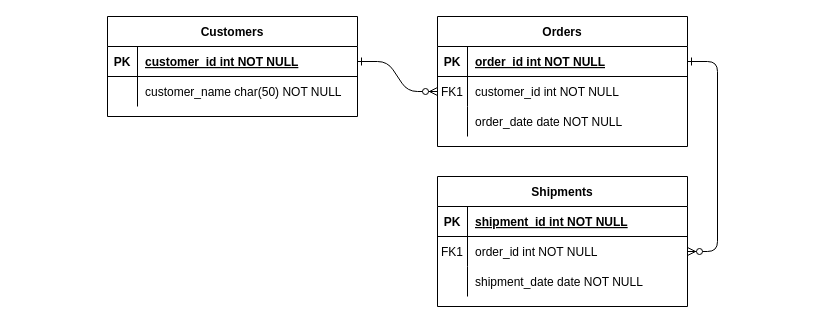
Atsushikeys/drawIo keeps this draw.io diagram as 名称未設定ファイル.drawio. Above is the earlier version. Source tidied: cells renumbered, new cells numbered last; positions are measured from the earlier drawing's top-left corner, leaving out a move shared by most shapes. Both pictures are drawn from the tidied source at 100%, with x=0, y=0 at pixel (107, 16).
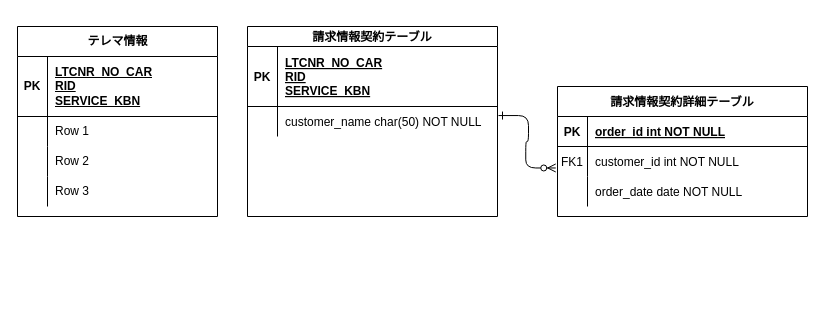
The same page after the edit.

Unchanged cells that the change refers to:
```xml
<mxCell id="5" style="shape=partialRectangle;fillColor=none;points=[[0,0.5],[1,0.5]];portConstraint=eastwest;top=0;left=0;right=0;bottom=1;" parent="4" vertex="1">
  <mxGeometry y="30" width="250" height="30" as="geometry" />
</mxCell>
<mxCell id="8" style="shape=partialRectangle;fillColor=none;points=[[0,0.5],[1,0.5]];portConstraint=eastwest;top=0;left=0;right=0;bottom=0;" parent="4" vertex="1">
  <mxGeometry y="60" width="250" height="30" as="geometry" />
</mxCell>
```

Diff of the diagram source:
```diff
@@
-    <mxCell id="2" style="edgeStyle=entityRelationEdgeStyle;endArrow=ERzeroToMany;startArrow=ERone;endFill=1;startFill=0;" parent="1" edge="1" source="25" target="8">
+    <mxCell id="2" style="edgeStyle=entityRelationEdgeStyle;endArrow=ERzeroToMany;startArrow=ERone;endFill=1;startFill=0;exitX=1.004;exitY=0.302;exitDx=0;exitDy=0;exitPerimeter=0;entryX=-0.007;entryY=0.716;entryDx=0;entryDy=0;entryPerimeter=0;" parent="1" edge="1" source="28" target="8">
       <mxGeometry relative="1" as="geometry" />
     </mxCell>
-    <mxCell id="3" style="edgeStyle=entityRelationEdgeStyle;endArrow=ERzeroToMany;startArrow=ERone;endFill=1;startFill=0;" parent="1" edge="1" source="5" target="18">
-      <mxGeometry relative="1" as="geometry" />
-    </mxCell>
-    <mxCell id="4" value="Orders" style="shape=table;startSize=30;childLayout=tableLayout;rowLines=0;fontStyle=1;align=center;" parent="1" vertex="1">
-      <mxGeometry x="330" width="250" height="130" as="geometry" />
+    <mxCell id="4" value="請求情報契約詳細テーブル" style="shape=table;startSize=30;childLayout=tableLayout;rowLines=0;fontStyle=1;align=center;" parent="1" vertex="1">
+      <mxGeometry x="450" y="70" width="250" height="130" as="geometry" />
     </mxCell>
@@
-    <mxCell id="14" value="Shipments" style="shape=table;startSize=30;childLayout=tableLayout;rowLines=0;fontStyle=1;align=center;" parent="1" vertex="1">
-      <mxGeometry x="330" y="160" width="250" height="130" as="geometry" />
-    </mxCell>
-    <mxCell id="15" style="shape=partialRectangle;fillColor=none;top=0;left=0;right=0;bottom=1;" parent="14" vertex="1">
-      <mxGeometry y="30" width="250" height="30" as="geometry" />
-    </mxCell>
-    <mxCell id="16" value="PK" style="shape=partialRectangle;overflow=hidden;fillColor=none;top=0;left=0;bottom=0;right=0;fontStyle=1;" parent="15" vertex="1">
-      <mxGeometry width="30" height="30" as="geometry" />
-    </mxCell>
-    <mxCell id="17" value="shipment_id int NOT NULL " style="shape=partialRectangle;overflow=hidden;fillColor=none;top=0;left=0;bottom=0;right=0;align=left;spacingLeft=6;fontStyle=5;" parent="15" vertex="1">
-      <mxGeometry x="30" width="220" height="30" as="geometry" />
-    </mxCell>
-    <mxCell id="18" style="shape=partialRectangle;fillColor=none;points=[[0,0.5],[1,0.5]];portConstraint=eastwest;top=0;left=0;right=0;bottom=0;" parent="14" vertex="1">
-      <mxGeometry y="60" width="250" height="30" as="geometry" />
-    </mxCell>
-    <mxCell id="19" value="FK1" style="shape=partialRectangle;overflow=hidden;fillColor=none;top=0;left=0;bottom=0;right=0;" parent="18" vertex="1">
-      <mxGeometry width="30" height="30" as="geometry" />
-    </mxCell>
-    <mxCell id="20" value="order_id int NOT NULL" style="shape=partialRectangle;overflow=hidden;fillColor=none;top=0;left=0;bottom=0;right=0;align=left;spacingLeft=6;" parent="18" vertex="1">
-      <mxGeometry x="30" width="220" height="30" as="geometry" />
-    </mxCell>
-    <mxCell id="21" style="shape=partialRectangle;fillColor=none;top=0;left=0;right=0;bottom=0;" parent="14" vertex="1">
-      <mxGeometry y="90" width="250" height="30" as="geometry" />
-    </mxCell>
-    <mxCell id="22" style="shape=partialRectangle;overflow=hidden;fillColor=none;top=0;left=0;bottom=0;right=0;" parent="21" vertex="1">
-      <mxGeometry width="30" height="30" as="geometry" />
-    </mxCell>
-    <mxCell id="23" value="shipment_date date NOT NULL" style="shape=partialRectangle;overflow=hidden;fillColor=none;top=0;left=0;bottom=0;right=0;align=left;spacingLeft=6;" parent="21" vertex="1">
-      <mxGeometry x="30" width="220" height="30" as="geometry" />
-    </mxCell>
-    <mxCell id="24" value="Customers" style="shape=table;startSize=30;childLayout=tableLayout;rowLines=0;fontStyle=1;align=center;" parent="1" vertex="1">
-      <mxGeometry width="250" height="100" as="geometry" />
+    <mxCell id="24" value="請求情報契約テーブル" style="shape=table;startSize=20;childLayout=tableLayout;rowLines=0;fontStyle=1;align=center;" parent="1" vertex="1">
+      <mxGeometry x="140" y="10" width="250" height="190" as="geometry" />
     </mxCell>
     <mxCell id="25" style="shape=partialRectangle;fillColor=none;points=[[0,0.5],[1,0.5]];portConstraint=eastwest;top=0;left=0;right=0;bottom=1;" parent="24" vertex="1">
-      <mxGeometry y="30" width="250" height="30" as="geometry" />
+      <mxGeometry y="20" width="250" height="60" as="geometry" />
     </mxCell>
     <mxCell id="26" value="PK" style="shape=partialRectangle;overflow=hidden;fillColor=none;top=0;left=0;bottom=0;right=0;fontStyle=1;" parent="25" vertex="1">
-      <mxGeometry width="30" height="30" as="geometry" />
+      <mxGeometry width="30" height="60" as="geometry" />
     </mxCell>
-    <mxCell id="27" value="customer_id int NOT NULL " style="shape=partialRectangle;overflow=hidden;fillColor=none;top=0;left=0;bottom=0;right=0;align=left;spacingLeft=6;fontStyle=5;" parent="25" vertex="1">
-      <mxGeometry x="30" width="220" height="30" as="geometry" />
+    <mxCell id="27" value="LTCNR_NO_CAR&#10;RID&#10;SERVICE_KBN" style="shape=partialRectangle;overflow=hidden;fillColor=none;top=0;left=0;bottom=0;right=0;align=left;spacingLeft=6;fontStyle=5;" parent="25" vertex="1">
+      <mxGeometry x="30" width="220" height="60" as="geometry" />
     </mxCell>
     <mxCell id="28" style="shape=partialRectangle;fillColor=none;points=[[0,0.5],[1,0.5]];portConstraint=eastwest;top=0;left=0;right=0;bottom=0;" parent="24" vertex="1">
-      <mxGeometry y="60" width="250" height="30" as="geometry" />
+      <mxGeometry y="80" width="250" height="30" as="geometry" />
     </mxCell>
@@
+    <mxCell id="31" value="テレマ情報" style="shape=table;startSize=30;childLayout=tableLayout;rowLines=0;fontStyle=1;align=center;html=1;" parent="1" vertex="1">
+      <mxGeometry x="-90" y="10" width="200" height="190" as="geometry" />
+    </mxCell>
+    <mxCell id="32" style="shape=tableRow;horizontal=0;startSize=0;swimlaneHead=0;swimlaneBody=0;fillColor=none;top=0;left=0;right=0;bottom=1;" parent="31" vertex="1">
+      <mxGeometry y="30" width="200" height="60" as="geometry" />
+    </mxCell>
+    <mxCell id="16" value="PK" style="shape=partialRectangle;fillColor=none;top=0;left=0;bottom=0;right=0;fontStyle=1;overflow=hidden;whiteSpace=wrap;html=1;" parent="32" vertex="1">
+      <mxGeometry width="30" height="60" as="geometry" />
+    </mxCell>
+    <mxCell id="33" value="LTCNR_NO_CAR&lt;br style=&quot;border-color: var(--border-color); padding: 0px; margin: 0px;&quot;&gt;&lt;span style=&quot;&quot;&gt;RID&lt;/span&gt;&lt;br style=&quot;border-color: var(--border-color); padding: 0px; margin: 0px;&quot;&gt;&lt;span style=&quot;&quot;&gt;SERVICE_KBN&lt;/span&gt;" style="shape=partialRectangle;fillColor=none;top=0;left=0;bottom=0;right=0;align=left;spacingLeft=6;fontStyle=5;overflow=hidden;whiteSpace=wrap;html=1;" parent="32" vertex="1">
+      <mxGeometry x="30" width="170" height="60" as="geometry" />
+    </mxCell>
+    <mxCell id="34" style="shape=tableRow;horizontal=0;startSize=0;swimlaneHead=0;swimlaneBody=0;fillColor=none;top=0;left=0;right=0;bottom=0;" parent="31" vertex="1">
+      <mxGeometry y="90" width="200" height="30" as="geometry" />
+    </mxCell>
+    <mxCell id="35" style="shape=partialRectangle;fillColor=none;top=0;left=0;bottom=0;right=0;overflow=hidden;whiteSpace=wrap;html=1;" parent="34" vertex="1">
+      <mxGeometry width="30" height="30" as="geometry" />
+    </mxCell>
+    <mxCell id="36" value="Row 1" style="shape=partialRectangle;fillColor=none;top=0;left=0;bottom=0;right=0;align=left;spacingLeft=6;overflow=hidden;whiteSpace=wrap;html=1;" parent="34" vertex="1">
+      <mxGeometry x="30" width="170" height="30" as="geometry" />
+    </mxCell>
+    <mxCell id="37" style="shape=tableRow;horizontal=0;startSize=0;swimlaneHead=0;swimlaneBody=0;fillColor=none;top=0;left=0;right=0;bottom=0;" parent="31" vertex="1">
+      <mxGeometry y="120" width="200" height="30" as="geometry" />
+    </mxCell>
+    <mxCell id="38" style="shape=partialRectangle;fillColor=none;top=0;left=0;bottom=0;right=0;overflow=hidden;whiteSpace=wrap;html=1;" parent="37" vertex="1">
+      <mxGeometry width="30" height="30" as="geometry" />
+    </mxCell>
+    <mxCell id="39" value="Row 2" style="shape=partialRectangle;fillColor=none;top=0;left=0;bottom=0;right=0;align=left;spacingLeft=6;overflow=hidden;whiteSpace=wrap;html=1;" parent="37" vertex="1">
+      <mxGeometry x="30" width="170" height="30" as="geometry" />
+    </mxCell>
+    <mxCell id="40" style="shape=tableRow;horizontal=0;startSize=0;swimlaneHead=0;swimlaneBody=0;fillColor=none;top=0;left=0;right=0;bottom=0;" parent="31" vertex="1">
+      <mxGeometry y="150" width="200" height="30" as="geometry" />
+    </mxCell>
+    <mxCell id="41" style="shape=partialRectangle;fillColor=none;top=0;left=0;bottom=0;right=0;overflow=hidden;whiteSpace=wrap;html=1;" parent="40" vertex="1">
+      <mxGeometry width="30" height="30" as="geometry" />
+    </mxCell>
+    <mxCell id="42" value="Row 3" style="shape=partialRectangle;fillColor=none;top=0;left=0;bottom=0;right=0;align=left;spacingLeft=6;overflow=hidden;whiteSpace=wrap;html=1;" parent="40" vertex="1">
+      <mxGeometry x="30" width="170" height="30" as="geometry" />
+    </mxCell>
```
